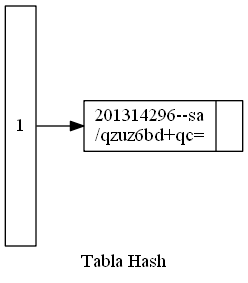
Above: EDD_Proyecto2/Reportes/Hash.png in hr9457/EDD_1S2020_PY2_201314296 (Graphviz), before the change. Its source is kept beside it as EDD_Proyecto2/ArchivosDot/Hash.dot.
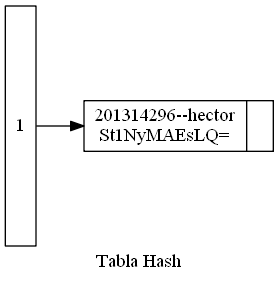
After the change.

What changed in the source:
```diff
@@ -3,7 +3,7 @@
 rankdir=LR;
 node [shape=record,width=0.1,height=0.1];
 nodo0 [label = "  <f0>1 " , height=2.5];
-nodo1[label = " {201314296--sa\n/qzuz6bd+qc=|}"];
+nodo1[label = " {201314296--hector\nSt1NyMAEsLQ=|}"];
 
 nodo0:f0->nodo1
 label = " Tabla Hash ";
```
